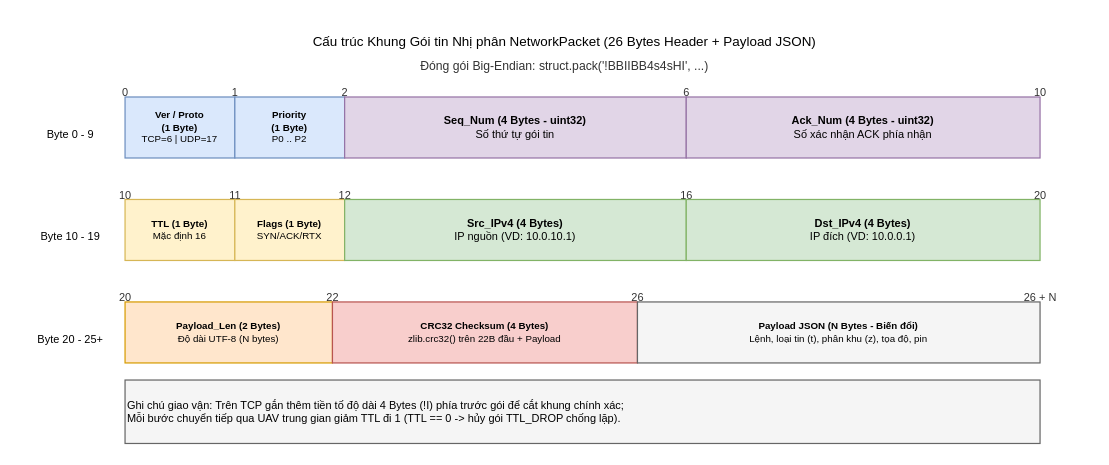
Above: docs/diagrams_drawio/fig2_2_packet_header.drawio in xuanquy06/PBL4 (draw.io), before the change. Source tidied: cells renumbered, new cells numbered last; positions are measured from the earlier drawing's top-left corner, leaving out a move shared by most shapes. Both pictures are drawn from the tidied source at 122%, with x=0, y=0 at pixel (21, 21).
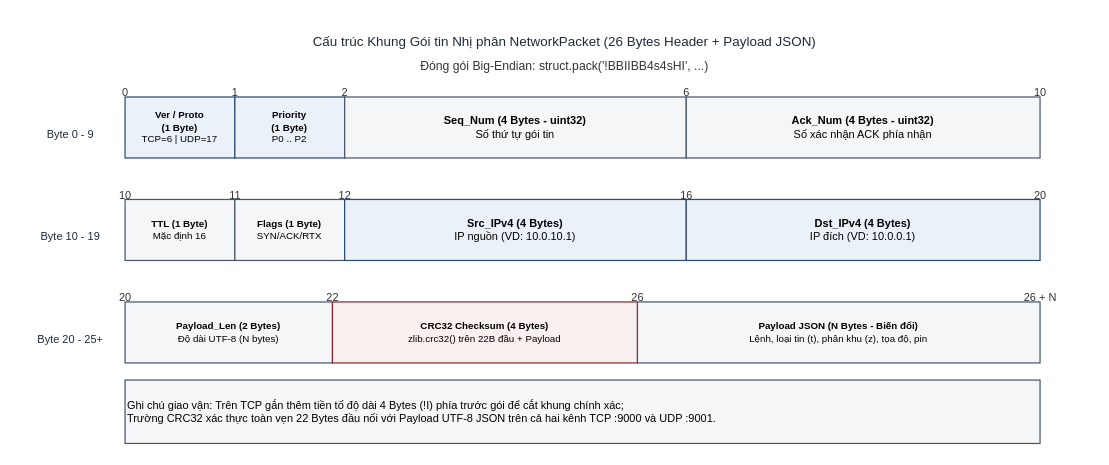
The same page after the edit.

The edit, as a diff of the source:
```diff
@@
-    <mxCell id="2" value="Cấu trúc Khung Gói tin Nhị phân NetworkPacket (26 Bytes Header + Payload JSON)" style="text;html=1;align=center;verticalAlign=center;strokeColor=none;fillColor=none;fontSize=11;fontColor=#000000;" parent="1" vertex="1">
+    <mxCell id="2" value="Cấu trúc Khung Gói tin Nhị phân NetworkPacket (26 Bytes Header + Payload JSON)" style="text;html=1;align=center;verticalAlign=center;strokeColor=none;fillColor=none;fontSize=11;fontColor=#1E293B;" parent="1" vertex="1">
       <mxGeometry x="405" width="80" height="20" as="geometry" />
     </mxCell>
@@
-    <mxCell id="9" value="Byte 0 - 9" style="text;html=1;align=center;verticalAlign=center;strokeColor=none;fillColor=none;fontSize=9;fontColor=#000000;" parent="1" vertex="1">
+    <mxCell id="9" value="Byte 0 - 9" style="text;html=1;align=center;verticalAlign=center;strokeColor=none;fillColor=none;fontSize=9;fontColor=#1E293B;" parent="1" vertex="1">
       <mxGeometry y="76" width="80" height="20" as="geometry" />
     </mxCell>
-    <mxCell id="10" value="&lt;b&gt;Ver / Proto&lt;br&gt;(1 Byte)&lt;/b&gt;&lt;br&gt;TCP=6 | UDP=17" style="rounded=0;whiteSpace=wrap;html=1;fillColor=#dae8fc;strokeColor=#6c8ebf;fontSize=8;fontColor=#000000;" parent="1" vertex="1">
+    <mxCell id="10" value="&lt;b&gt;Ver / Proto&lt;br&gt;(1 Byte)&lt;/b&gt;&lt;br&gt;TCP=6 | UDP=17" style="rounded=0;whiteSpace=wrap;html=1;fillColor=#EBF1F8;strokeColor=#2C4A70;fontSize=8;fontColor=#000000;" parent="1" vertex="1">
       <mxGeometry x="85" y="62" width="90" height="50" as="geometry" />
     </mxCell>
-    <mxCell id="11" value="&lt;b&gt;Priority&lt;br&gt;(1 Byte)&lt;/b&gt;&lt;br&gt;P0 .. P2" style="rounded=0;whiteSpace=wrap;html=1;fillColor=#dae8fc;strokeColor=#6c8ebf;fontSize=8;fontColor=#000000;" parent="1" vertex="1">
+    <mxCell id="11" value="&lt;b&gt;Priority&lt;br&gt;(1 Byte)&lt;/b&gt;&lt;br&gt;P0 .. P2" style="rounded=0;whiteSpace=wrap;html=1;fillColor=#EBF1F8;strokeColor=#2C4A70;fontSize=8;fontColor=#000000;" parent="1" vertex="1">
       <mxGeometry x="175" y="62" width="90" height="50" as="geometry" />
     </mxCell>
-    <mxCell id="12" value="&lt;b&gt;Seq_Num (4 Bytes - uint32)&lt;/b&gt;&lt;br&gt;Số thứ tự gói tin" style="rounded=0;whiteSpace=wrap;html=1;fillColor=#e1d5e7;strokeColor=#9673a6;fontSize=9;fontColor=#000000;" parent="1" vertex="1">
+    <mxCell id="12" value="&lt;b&gt;Seq_Num (4 Bytes - uint32)&lt;/b&gt;&lt;br&gt;Số thứ tự gói tin" style="rounded=0;whiteSpace=wrap;html=1;fillColor=#F4F6F8;strokeColor=#475569;fontSize=9;fontColor=#000000;" parent="1" vertex="1">
       <mxGeometry x="265" y="62" width="280" height="50" as="geometry" />
     </mxCell>
-    <mxCell id="13" value="&lt;b&gt;Ack_Num (4 Bytes - uint32)&lt;/b&gt;&lt;br&gt;Số xác nhận ACK phía nhận" style="rounded=0;whiteSpace=wrap;html=1;fillColor=#e1d5e7;strokeColor=#9673a6;fontSize=9;fontColor=#000000;" parent="1" vertex="1">
+    <mxCell id="13" value="&lt;b&gt;Ack_Num (4 Bytes - uint32)&lt;/b&gt;&lt;br&gt;Số xác nhận ACK phía nhận" style="rounded=0;whiteSpace=wrap;html=1;fillColor=#F4F6F8;strokeColor=#475569;fontSize=9;fontColor=#000000;" parent="1" vertex="1">
       <mxGeometry x="545" y="62" width="290" height="50" as="geometry" />
     </mxCell>
@@
-    <mxCell id="19" value="Byte 10 - 19" style="text;html=1;align=center;verticalAlign=center;strokeColor=none;fillColor=none;fontSize=9;fontColor=#000000;" parent="1" vertex="1">
+    <mxCell id="19" value="Byte 10 - 19" style="text;html=1;align=center;verticalAlign=center;strokeColor=none;fillColor=none;fontSize=9;fontColor=#1E293B;" parent="1" vertex="1">
       <mxGeometry y="160" width="80" height="20" as="geometry" />
     </mxCell>
-    <mxCell id="20" value="&lt;b&gt;TTL (1 Byte)&lt;/b&gt;&lt;br&gt;Mặc định 16" style="rounded=0;whiteSpace=wrap;html=1;fillColor=#fff2cc;strokeColor=#d6b656;fontSize=8;fontColor=#000000;" parent="1" vertex="1">
+    <mxCell id="20" value="&lt;b&gt;TTL (1 Byte)&lt;/b&gt;&lt;br&gt;Mặc định 16" style="rounded=0;whiteSpace=wrap;html=1;fillColor=#F4F6F8;strokeColor=#475569;fontSize=8;fontColor=#000000;" parent="1" vertex="1">
       <mxGeometry x="85" y="146" width="90" height="50" as="geometry" />
     </mxCell>
-    <mxCell id="21" value="&lt;b&gt;Flags (1 Byte)&lt;/b&gt;&lt;br&gt;SYN/ACK/RTX" style="rounded=0;whiteSpace=wrap;html=1;fillColor=#fff2cc;strokeColor=#d6b656;fontSize=8;fontColor=#000000;" parent="1" vertex="1">
+    <mxCell id="21" value="&lt;b&gt;Flags (1 Byte)&lt;/b&gt;&lt;br&gt;SYN/ACK/RTX" style="rounded=0;whiteSpace=wrap;html=1;fillColor=#F4F6F8;strokeColor=#475569;fontSize=8;fontColor=#000000;" parent="1" vertex="1">
       <mxGeometry x="175" y="146" width="90" height="50" as="geometry" />
     </mxCell>
-    <mxCell id="22" value="&lt;b&gt;Src_IPv4 (4 Bytes)&lt;/b&gt;&lt;br&gt;IP nguồn (VD: 10.0.10.1)" style="rounded=0;whiteSpace=wrap;html=1;fillColor=#d5e8d4;strokeColor=#82b366;fontSize=9;fontColor=#000000;" parent="1" vertex="1">
+    <mxCell id="22" value="&lt;b&gt;Src_IPv4 (4 Bytes)&lt;/b&gt;&lt;br&gt;IP nguồn (VD: 10.0.10.1)" style="rounded=0;whiteSpace=wrap;html=1;fillColor=#EBF1F8;strokeColor=#2C4A70;fontSize=9;fontColor=#000000;" parent="1" vertex="1">
       <mxGeometry x="265" y="146" width="280" height="50" as="geometry" />
     </mxCell>
-    <mxCell id="23" value="&lt;b&gt;Dst_IPv4 (4 Bytes)&lt;/b&gt;&lt;br&gt;IP đích (VD: 10.0.0.1)" style="rounded=0;whiteSpace=wrap;html=1;fillColor=#d5e8d4;strokeColor=#82b366;fontSize=9;fontColor=#000000;" parent="1" vertex="1">
+    <mxCell id="23" value="&lt;b&gt;Dst_IPv4 (4 Bytes)&lt;/b&gt;&lt;br&gt;IP đích (VD: 10.0.0.1)" style="rounded=0;whiteSpace=wrap;html=1;fillColor=#EBF1F8;strokeColor=#2C4A70;fontSize=9;fontColor=#000000;" parent="1" vertex="1">
       <mxGeometry x="545" y="146" width="290" height="50" as="geometry" />
     </mxCell>
@@
-    <mxCell id="28" value="Byte 20 - 25+" style="text;html=1;align=center;verticalAlign=center;strokeColor=none;fillColor=none;fontSize=9;fontColor=#000000;" parent="1" vertex="1">
+    <mxCell id="28" value="Byte 20 - 25+" style="text;html=1;align=center;verticalAlign=center;strokeColor=none;fillColor=none;fontSize=9;fontColor=#1E293B;" parent="1" vertex="1">
       <mxGeometry y="244" width="80" height="20" as="geometry" />
     </mxCell>
-    <mxCell id="29" value="&lt;b&gt;Payload_Len (2 Bytes)&lt;/b&gt;&lt;br&gt;Độ dài UTF-8 (N bytes)" style="rounded=0;whiteSpace=wrap;html=1;fillColor=#ffe6cc;strokeColor=#d79b00;fontSize=8;fontColor=#000000;" parent="1" vertex="1">
+    <mxCell id="29" value="&lt;b&gt;Payload_Len (2 Bytes)&lt;/b&gt;&lt;br&gt;Độ dài UTF-8 (N bytes)" style="rounded=0;whiteSpace=wrap;html=1;fillColor=#F4F6F8;strokeColor=#475569;fontSize=8;fontColor=#000000;" parent="1" vertex="1">
       <mxGeometry x="85" y="230" width="170" height="50" as="geometry" />
     </mxCell>
-    <mxCell id="30" value="&lt;b&gt;CRC32 Checksum (4 Bytes)&lt;/b&gt;&lt;br&gt;zlib.crc32() trên 22B đầu + Payload" style="rounded=0;whiteSpace=wrap;html=1;fillColor=#f8cecc;strokeColor=#b85450;fontSize=8;fontColor=#000000;" parent="1" vertex="1">
+    <mxCell id="30" value="&lt;b&gt;CRC32 Checksum (4 Bytes)&lt;/b&gt;&lt;br&gt;zlib.crc32() trên 22B đầu + Payload" style="rounded=0;whiteSpace=wrap;html=1;fillColor=#FAF0F0;strokeColor=#8B2635;fontSize=8;fontColor=#000000;" parent="1" vertex="1">
       <mxGeometry x="255" y="230" width="250" height="50" as="geometry" />
     </mxCell>
-    <mxCell id="31" value="&lt;b&gt;Payload JSON (N Bytes - Biến đổi)&lt;/b&gt;&lt;br&gt;Lệnh, loại tin (t), phân khu (z), tọa độ, pin" style="rounded=0;whiteSpace=wrap;html=1;fillColor=#f5f5f5;strokeColor=#666666;fontSize=8;fontColor=#000000;" parent="1" vertex="1">
+    <mxCell id="31" value="&lt;b&gt;Payload JSON (N Bytes - Biến đổi)&lt;/b&gt;&lt;br&gt;Lệnh, loại tin (t), phân khu (z), tọa độ, pin" style="rounded=0;whiteSpace=wrap;html=1;fillColor=#F4F6F8;strokeColor=#475569;fontSize=8;fontColor=#000000;" parent="1" vertex="1">
       <mxGeometry x="505" y="230" width="330" height="50" as="geometry" />
     </mxCell>
-    <mxCell id="32" value="Ghi chú giao vận: Trên TCP gắn thêm tiền tố độ dài 4 Bytes (!I) phía trước gói để cắt khung chính xác;&lt;br&gt;Mỗi bước chuyển tiếp qua UAV trung gian giảm TTL đi 1 (TTL == 0 -&amp;gt; hủy gói TTL_DROP chống lặp)." style="rounded=0;whiteSpace=wrap;html=1;fillColor=#f5f5f5;strokeColor=#666666;fontSize=9;fontColor=#000000;align=left;" parent="1" vertex="1">
+    <mxCell id="32" value="Ghi chú giao vận: Trên TCP gắn thêm tiền tố độ dài 4 Bytes (!I) phía trước gói để cắt khung chính xác;&lt;br&gt;Trường CRC32 xác thực toàn vẹn 22 Bytes đầu nối với Payload UTF-8 JSON trên cả hai kênh TCP :9000 và UDP :9001." style="rounded=0;whiteSpace=wrap;html=1;fillColor=#F4F6F8;strokeColor=#475569;fontSize=9;fontColor=#000000;align=left;" parent="1" vertex="1">
       <mxGeometry x="85" y="294" width="750" height="52" as="geometry" />
     </mxCell>
```
